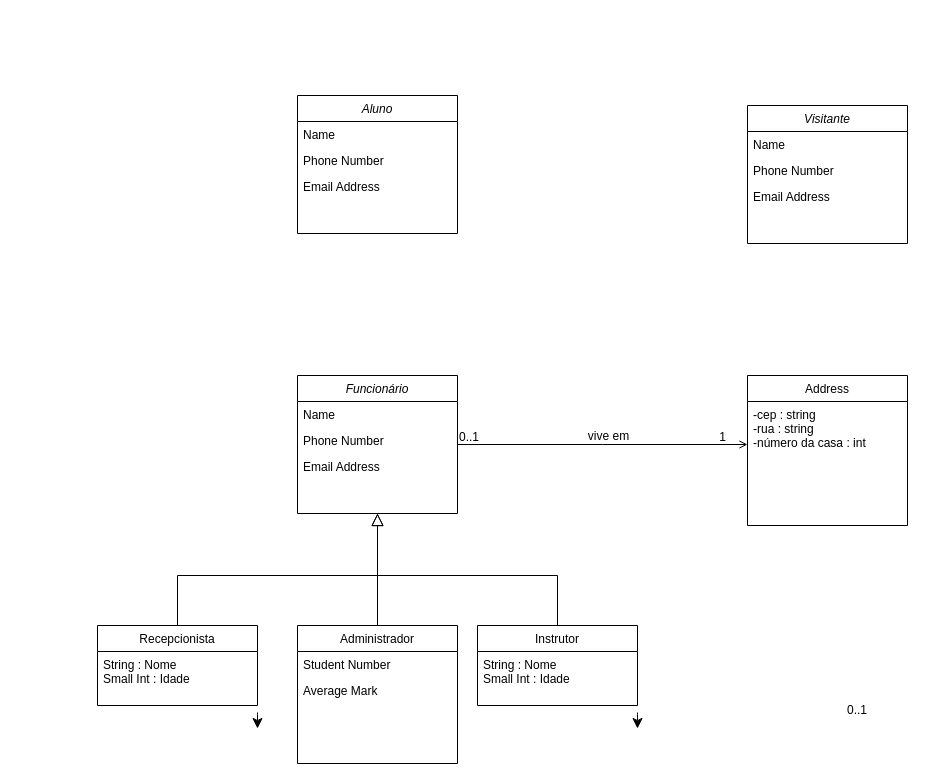
Before: Diagrama sem nome.drawio in LeandroSLm/Class-Diagram, a draw.io diagram. Source tidied: cells renumbered, new cells numbered last; positions are measured from the earlier drawing's top-left corner, leaving out a move shared by most shapes. Both pictures are drawn from the tidied source at 100%, with x=0, y=0 at pixel (97, 95).
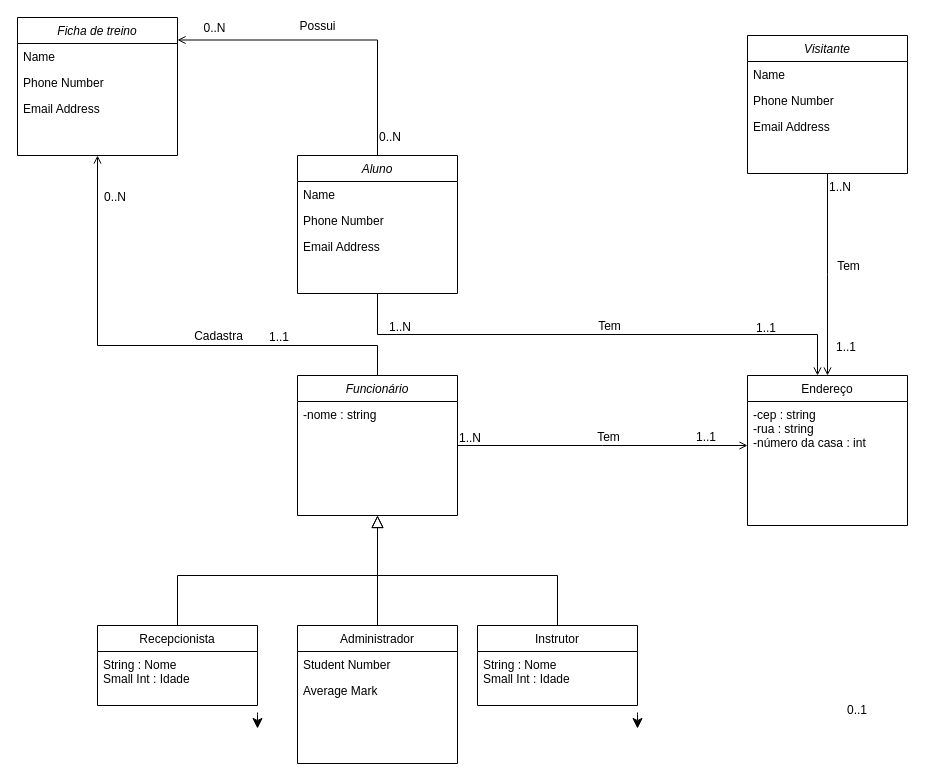
After the change.

The change refers to these unchanged cells:
```xml
<mxCell id="16" style="endArrow=open;shadow=0;strokeWidth=1;rounded=0;curved=0;endFill=1;edgeStyle=elbowEdgeStyle;elbow=vertical;" parent="1" edge="1" source="2" target="14">
  <mxGeometry x="0.5" y="41" relative="1" as="geometry">
    <mxPoint x="-40" y="32" as="offset" />
  </mxGeometry>
</mxCell>
```

Change to the diagram source:
```diff
@@
     <mxCell id="2" value="Funcionário" style="swimlane;fontStyle=2;align=center;verticalAlign=top;horizontal=1;startSize=26;rounded=0;shadow=0;strokeWidth=1;" parent="1" vertex="1">
-      <mxGeometry x="200" y="280" width="160" height="138" as="geometry" />
+      <mxGeometry x="200" y="280" width="160" height="140" as="geometry" />
     </mxCell>
-    <mxCell id="3" value="Name" style="text;align=left;verticalAlign=top;spacingLeft=4;spacingRight=4;overflow=hidden;" parent="2" vertex="1">
-      <mxGeometry y="26" width="160" height="26" as="geometry" />
+    <mxCell id="3" value="-nome : string" style="text;align=left;verticalAlign=top;spacingLeft=4;spacingRight=4;overflow=hidden;" parent="2" vertex="1">
+      <mxGeometry y="26" width="160" height="114" as="geometry" />
     </mxCell>
-    <mxCell id="4" value="Phone Number" style="text;align=left;verticalAlign=top;spacingLeft=4;spacingRight=4;overflow=hidden;rounded=0;shadow=0;html=0;" parent="2" vertex="1">
-      <mxGeometry y="52" width="160" height="26" as="geometry" />
-    </mxCell>
-    <mxCell id="5" value="Email Address" style="text;align=left;verticalAlign=top;spacingLeft=4;spacingRight=4;overflow=hidden;rounded=0;shadow=0;html=0;" parent="2" vertex="1">
-      <mxGeometry y="78" width="160" height="26" as="geometry" />
-    </mxCell>
@@
-    <mxCell id="14" value="Address" style="swimlane;fontStyle=0;align=center;verticalAlign=top;horizontal=1;startSize=26;rounded=0;shadow=0;strokeWidth=1;" parent="1" vertex="1">
+    <mxCell id="14" value="Endereço" style="swimlane;fontStyle=0;align=center;verticalAlign=top;horizontal=1;startSize=26;rounded=0;shadow=0;strokeWidth=1;" parent="1" vertex="1">
       <mxGeometry x="650" y="280" width="160" height="150" as="geometry" />
     </mxCell>
@@
-    <mxCell id="17" value="0..1" style="align=left;verticalAlign=bottom;labelBackgroundColor=none;fontSize=12;" parent="16" vertex="1">
+    <mxCell id="17" value="1..N" style="align=left;verticalAlign=bottom;labelBackgroundColor=none;fontSize=12;" parent="16" vertex="1">
       <mxGeometry x="-1" relative="1" as="geometry">
         <mxPoint y="1" as="offset" />
       </mxGeometry>
     </mxCell>
-    <mxCell id="18" value="1" style="align=right;verticalAlign=bottom;labelBackgroundColor=none;fontSize=12;" parent="16" vertex="1">
+    <mxCell id="18" value="1..1" style="align=right;verticalAlign=bottom;labelBackgroundColor=none;fontSize=12;" parent="16" vertex="1">
       <mxGeometry x="1" relative="1" as="geometry">
-        <mxPoint x="-20" y="1" as="offset" />
+        <mxPoint x="-30" as="offset" />
       </mxGeometry>
     </mxCell>
-    <mxCell id="19" value="vive em" style="text;html=1;align=center;verticalAlign=middle;labelBackgroundColor=none;rounded=0;shadow=0;strokeWidth=1;fontSize=12;" parent="16" vertex="1">
+    <mxCell id="19" value="Tem" style="text;html=1;align=center;verticalAlign=middle;labelBackgroundColor=none;rounded=0;shadow=0;strokeWidth=1;fontSize=12;" parent="16" vertex="1">
       <mxGeometry x="0.5" y="49" relative="1" as="geometry">
         <mxPoint x="-68" y="40" as="offset" />
       </mxGeometry>
     </mxCell>
     <mxCell id="20" value="Visitante&#10;" style="swimlane;fontStyle=2;align=center;verticalAlign=top;horizontal=1;startSize=26;rounded=0;shadow=0;strokeWidth=1;" parent="1" vertex="1">
-      <mxGeometry x="650" y="10" width="160" height="138" as="geometry" />
+      <mxGeometry x="650" y="-60" width="160" height="138" as="geometry" />
     </mxCell>
@@
     <mxCell id="29" value="Aluno&#10;" style="swimlane;fontStyle=2;align=center;verticalAlign=top;horizontal=1;startSize=26;rounded=0;shadow=0;strokeWidth=1;" parent="1" vertex="1">
-      <mxGeometry x="200" width="160" height="138" as="geometry" />
+      <mxGeometry x="200" y="60" width="160" height="138" as="geometry" />
     </mxCell>
@@
+    <mxCell id="33" value="Ficha de treino" style="swimlane;fontStyle=2;align=center;verticalAlign=top;horizontal=1;startSize=26;rounded=0;shadow=0;strokeWidth=1;" parent="1" vertex="1">
+      <mxGeometry x="-80" y="-78" width="160" height="138" as="geometry" />
+    </mxCell>
+    <mxCell id="34" value="Name" style="text;align=left;verticalAlign=top;spacingLeft=4;spacingRight=4;overflow=hidden;" parent="33" vertex="1">
+      <mxGeometry y="26" width="160" height="26" as="geometry" />
+    </mxCell>
+    <mxCell id="4" value="Phone Number" style="text;align=left;verticalAlign=top;spacingLeft=4;spacingRight=4;overflow=hidden;rounded=0;shadow=0;html=0;" parent="33" vertex="1">
+      <mxGeometry y="52" width="160" height="26" as="geometry" />
+    </mxCell>
+    <mxCell id="5" value="Email Address" style="text;align=left;verticalAlign=top;spacingLeft=4;spacingRight=4;overflow=hidden;rounded=0;shadow=0;html=0;" parent="33" vertex="1">
+      <mxGeometry y="78" width="160" height="26" as="geometry" />
+    </mxCell>
+    <mxCell id="35" style="endArrow=open;shadow=0;strokeWidth=1;rounded=0;curved=0;endFill=1;edgeStyle=elbowEdgeStyle;elbow=vertical;exitX=0.5;exitY=0;exitDx=0;exitDy=0;" parent="1" edge="1" source="29" target="33">
+      <mxGeometry x="0.5" y="41" relative="1" as="geometry">
+        <Array as="points">
+          <mxPoint x="300" y="-55.5" />
+        </Array>
+        <mxPoint x="-40" y="32" as="offset" />
+      </mxGeometry>
+    </mxCell>
+    <mxCell id="36" value="0..N" style="align=left;verticalAlign=bottom;labelBackgroundColor=none;fontSize=12;" parent="35" vertex="1">
+      <mxGeometry x="-1" relative="1" as="geometry">
+        <mxPoint y="-10" as="offset" />
+      </mxGeometry>
+    </mxCell>
+    <mxCell id="37" value="0..N" style="align=right;verticalAlign=bottom;labelBackgroundColor=none;fontSize=12;" parent="35" vertex="1">
+      <mxGeometry x="1" relative="1" as="geometry">
+        <mxPoint x="50" y="-4" as="offset" />
+      </mxGeometry>
+    </mxCell>
+    <mxCell id="38" value="Possui" style="text;html=1;align=center;verticalAlign=middle;labelBackgroundColor=none;rounded=0;shadow=0;strokeWidth=1;fontSize=12;" parent="35" vertex="1">
+      <mxGeometry x="0.5" y="49" relative="1" as="geometry">
+        <mxPoint x="61" y="-63" as="offset" />
+      </mxGeometry>
+    </mxCell>
+    <mxCell id="39" style="endArrow=open;shadow=0;strokeWidth=1;rounded=0;curved=0;endFill=1;edgeStyle=elbowEdgeStyle;elbow=vertical;exitX=0.5;exitY=1;exitDx=0;exitDy=0;" parent="1" edge="1" source="29">
+      <mxGeometry x="0.5" y="41" relative="1" as="geometry">
+        <mxPoint x="720" y="280" as="targetPoint" />
+        <mxPoint x="-40" y="32" as="offset" />
+      </mxGeometry>
+    </mxCell>
+    <mxCell id="40" value="1..N" style="align=left;verticalAlign=bottom;labelBackgroundColor=none;fontSize=12;" parent="39" vertex="1">
+      <mxGeometry x="-1" relative="1" as="geometry">
+        <mxPoint x="10" y="42" as="offset" />
+      </mxGeometry>
+    </mxCell>
+    <mxCell id="41" value="1..1" style="align=right;verticalAlign=bottom;labelBackgroundColor=none;fontSize=12;" parent="39" vertex="1">
+      <mxGeometry x="1" relative="1" as="geometry">
+        <mxPoint x="-40" y="-39" as="offset" />
+      </mxGeometry>
+    </mxCell>
+    <mxCell id="42" value="Tem" style="text;html=1;align=center;verticalAlign=middle;labelBackgroundColor=none;rounded=0;shadow=0;strokeWidth=1;fontSize=12;" parent="39" vertex="1">
+      <mxGeometry x="0.5" y="49" relative="1" as="geometry">
+        <mxPoint x="-120" y="40" as="offset" />
+      </mxGeometry>
+    </mxCell>
+    <mxCell id="43" style="endArrow=open;shadow=0;strokeWidth=1;rounded=0;curved=0;endFill=1;edgeStyle=elbowEdgeStyle;elbow=vertical;exitX=0.5;exitY=1;exitDx=0;exitDy=0;entryX=0.5;entryY=0;entryDx=0;entryDy=0;" parent="1" edge="1" source="20" target="14">
+      <mxGeometry x="0.5" y="41" relative="1" as="geometry">
+        <mxPoint x="-40" y="32" as="offset" />
+      </mxGeometry>
+    </mxCell>
+    <mxCell id="44" value="1..N" style="align=left;verticalAlign=bottom;labelBackgroundColor=none;fontSize=12;" parent="43" vertex="1">
+      <mxGeometry x="-1" relative="1" as="geometry">
+        <mxPoint y="22" as="offset" />
+      </mxGeometry>
+    </mxCell>
+    <mxCell id="45" value="1..1" style="align=right;verticalAlign=bottom;labelBackgroundColor=none;fontSize=12;" parent="43" vertex="1">
+      <mxGeometry x="1" relative="1" as="geometry">
+        <mxPoint x="30" y="-20" as="offset" />
+      </mxGeometry>
+    </mxCell>
+    <mxCell id="46" value="Tem" style="text;html=1;align=center;verticalAlign=middle;labelBackgroundColor=none;rounded=0;shadow=0;strokeWidth=1;fontSize=12;" parent="43" vertex="1">
+      <mxGeometry x="0.5" y="49" relative="1" as="geometry">
+        <mxPoint x="-29" y="-60" as="offset" />
+      </mxGeometry>
+    </mxCell>
+    <mxCell id="47" style="endArrow=open;shadow=0;strokeWidth=1;rounded=0;curved=0;endFill=1;edgeStyle=elbowEdgeStyle;elbow=vertical;exitX=0.5;exitY=0;exitDx=0;exitDy=0;entryX=0.5;entryY=1;entryDx=0;entryDy=0;" parent="1" edge="1" source="2" target="33">
+      <mxGeometry x="0.5" y="41" relative="1" as="geometry">
+        <Array as="points">
+          <mxPoint x="140" y="250" />
+        </Array>
+        <mxPoint x="-40" y="32" as="offset" />
+      </mxGeometry>
+    </mxCell>
+    <mxCell id="48" value="1..1" style="align=left;verticalAlign=bottom;labelBackgroundColor=none;fontSize=12;" parent="47" vertex="1">
+      <mxGeometry x="-1" relative="1" as="geometry">
+        <mxPoint x="-110" y="-30" as="offset" />
+      </mxGeometry>
+    </mxCell>
+    <mxCell id="49" value="0..N" style="align=right;verticalAlign=bottom;labelBackgroundColor=none;fontSize=12;" parent="47" vertex="1">
+      <mxGeometry x="1" relative="1" as="geometry">
+        <mxPoint x="30" y="50" as="offset" />
+      </mxGeometry>
+    </mxCell>
+    <mxCell id="50" value="Cadastra" style="text;html=1;align=center;verticalAlign=middle;labelBackgroundColor=none;rounded=0;shadow=0;strokeWidth=1;fontSize=12;" parent="47" vertex="1">
+      <mxGeometry x="0.5" y="49" relative="1" as="geometry">
+        <mxPoint x="169" y="55" as="offset" />
+      </mxGeometry>
+    </mxCell>
```
